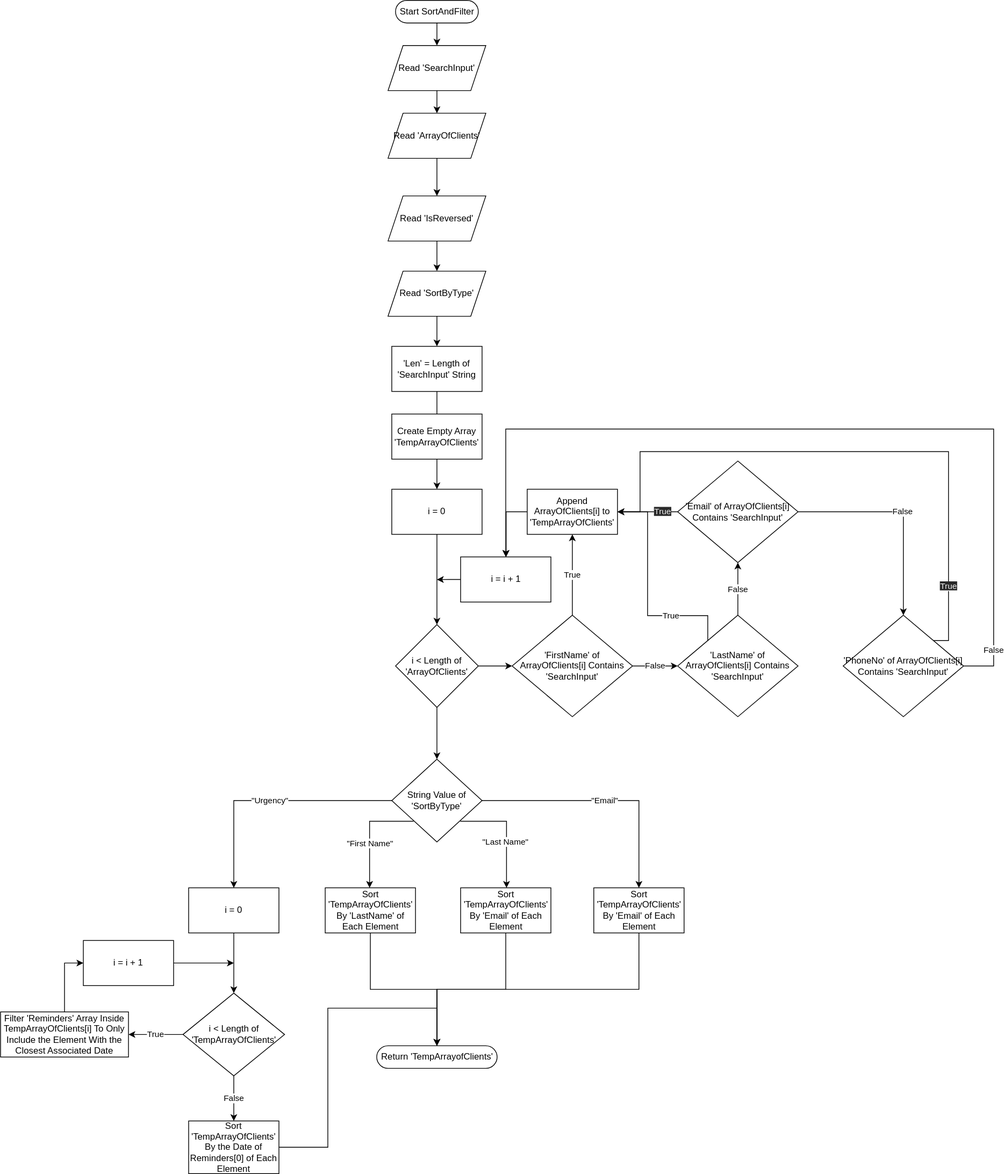
Before: docs/module-1/flowchart.drawio.svg, a diagram exported from draw.io (amydevs/property-client-manager). Source tidied: cells renumbered, new cells last; positions are measured from the earlier drawing's top-left corner, leaving out a move shared by most shapes.
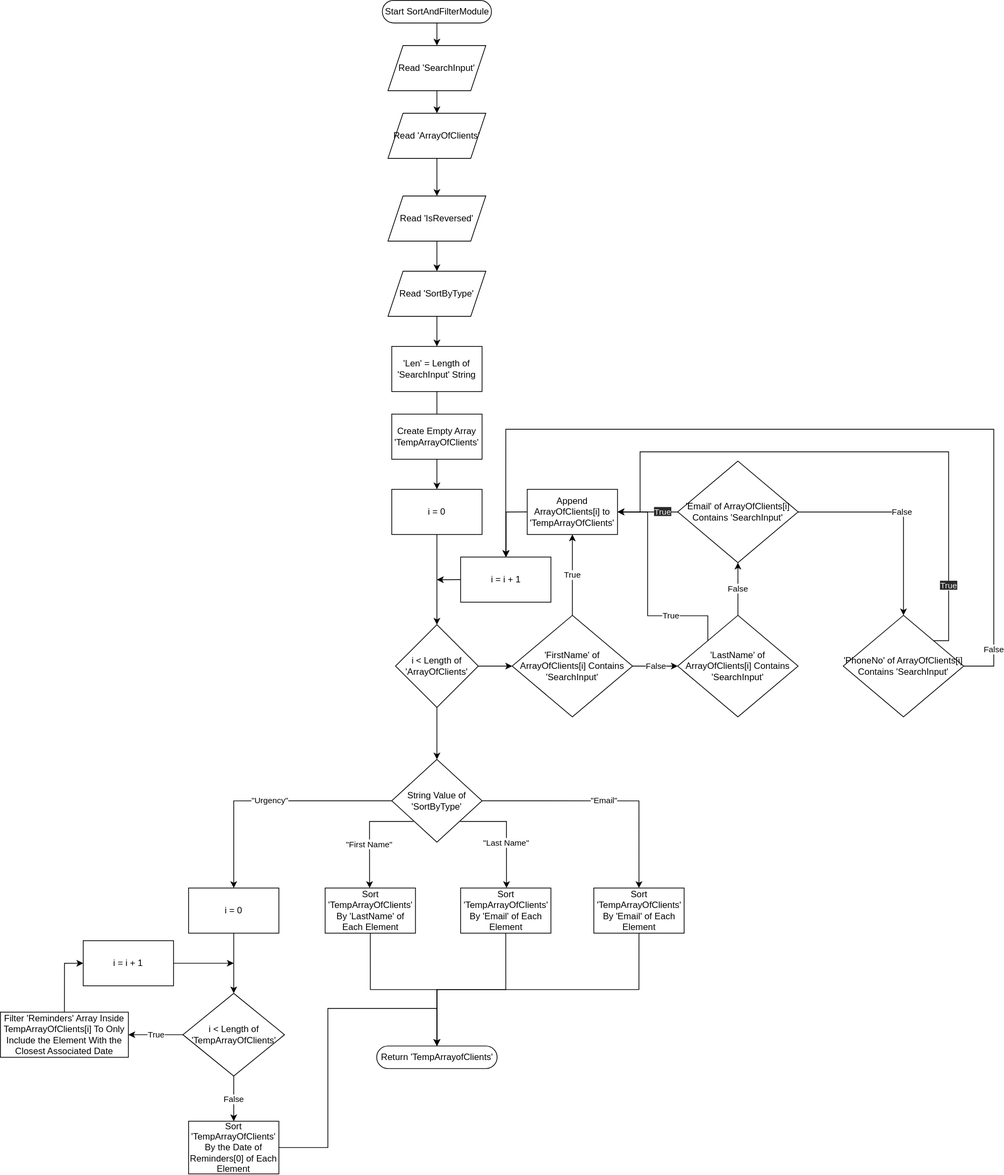
After the change.

The edit, as a diff of the source:
```diff
@@ -5,8 +5,8 @@
     <mxCell id="2" style="edgeStyle=orthogonalEdgeStyle;html=1;rounded=0;" parent="1" edge="1" source="3" target="6">
       <mxGeometry relative="1" as="geometry" />
     </mxCell>
-    <mxCell id="3" value="Start SortAndFilter" style="html=1;dashed=0;whitespace=wrap;shape=mxgraph.dfd.start;" parent="1" vertex="1">
-      <mxGeometry x="525" width="110" height="30" as="geometry" />
+    <mxCell id="3" value="Start SortAndFilterModule" style="html=1;dashed=0;whitespace=wrap;shape=mxgraph.dfd.start;" parent="1" vertex="1">
+      <mxGeometry x="507.5" width="145" height="30" as="geometry" />
     </mxCell>
     <mxCell id="4" value="Return 'TempArrayofClients'" style="html=1;dashed=0;whitespace=wrap;shape=mxgraph.dfd.start;" parent="1" vertex="1">
       <mxGeometry x="500" y="1390" width="160" height="30" as="geometry" />
```
